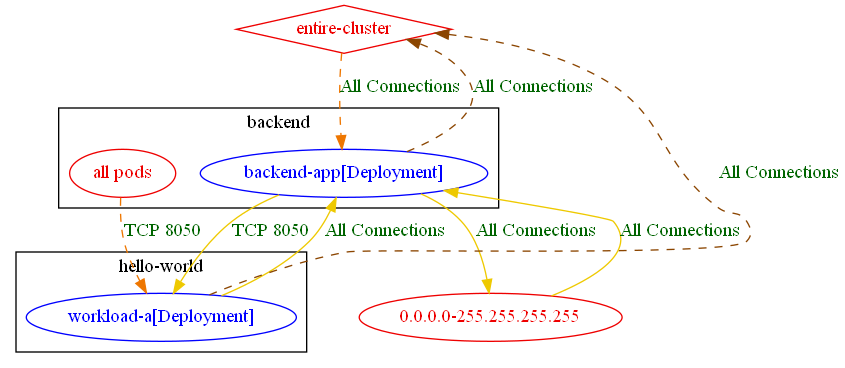
Above: test_outputs/connlist/exposure_test_conn_to_all_pods_in_an_existing_ns_with_ns_selector_only_exposure_output.dot.png in np-guard/netpol-analyzer (Graphviz), before the change. Its source is kept beside it as test_outputs/connlist/exposure_test_conn_to_all_pods_in_an_existing_ns_with_ns_selector_only_exposure_output.dot.
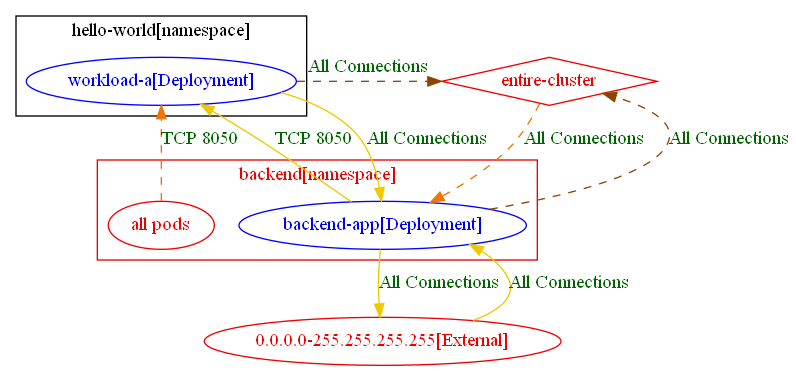
Above is the later version.

The edit, as a diff of the source:
```diff
@@ -1,22 +1,27 @@
 digraph {
-	subgraph "cluster_backend" {
+	subgraph "cluster_backend[namespace]" {
 		color="black"
 		fontcolor="black"
-		"all pods_in_backend" [label="all pods" color="red2" fontcolor="red2"]
 		"backend/backend-app[Deployment]" [label="backend-app[Deployment]" color="blue" fontcolor="blue"]
-		label="backend"
+		label="backend[namespace]"
 	}
-	subgraph "cluster_hello_world" {
+	subgraph "cluster_hello_world[namespace]" {
 		color="black"
 		fontcolor="black"
 		"hello-world/workload-a[Deployment]" [label="workload-a[Deployment]" color="blue" fontcolor="blue"]
-		label="hello-world"
+		label="hello-world[namespace]"
 	}
-	"0.0.0.0-255.255.255.255" [label="0.0.0.0-255.255.255.255" color="red2" fontcolor="red2"]
+	subgraph "cluster_backend[namespace]" {
+		color="red2"
+		fontcolor="red2"
+		"all pods_in_backend" [label="all pods" color="red2" fontcolor="red2"]
+		label="backend[namespace]"
+	}
+	"0.0.0.0-255.255.255.255[External]" [label="0.0.0.0-255.255.255.255[External]" color="red2" fontcolor="red2"]
 	"entire-cluster" [label="entire-cluster" color="red2" fontcolor="red2" shape=diamond]
-	"0.0.0.0-255.255.255.255" -> "backend/backend-app[Deployment]" [label="All Connections" color="gold2" fontcolor="darkgreen" weight=0.5]
+	"0.0.0.0-255.255.255.255[External]" -> "backend/backend-app[Deployment]" [label="All Connections" color="gold2" fontcolor="darkgreen" weight=0.5]
 	"all pods_in_backend" -> "hello-world/workload-a[Deployment]" [label="TCP 8050" color="darkorange2" fontcolor="darkgreen" weight=1 style=dashed]
-	"backend/backend-app[Deployment]" -> "0.0.0.0-255.255.255.255" [label="All Connections" color="gold2" fontcolor="darkgreen" weight=1]
+	"backend/backend-app[Deployment]" -> "0.0.0.0-255.255.255.255[External]" [label="All Connections" color="gold2" fontcolor="darkgreen" weight=1]
 	"backend/backend-app[Deployment]" -> "entire-cluster" [label="All Connections" color="darkorange4" fontcolor="darkgreen" weight=0.5 style=dashed]
 	"backend/backend-app[Deployment]" -> "hello-world/workload-a[Deployment]" [label="TCP 8050" color="gold2" fontcolor="darkgreen" weight=0.5]
 	"entire-cluster" -> "backend/backend-app[Deployment]" [label="All Connections" color="darkorange2" fontcolor="darkgreen" weight=1 style=dashed]
```
